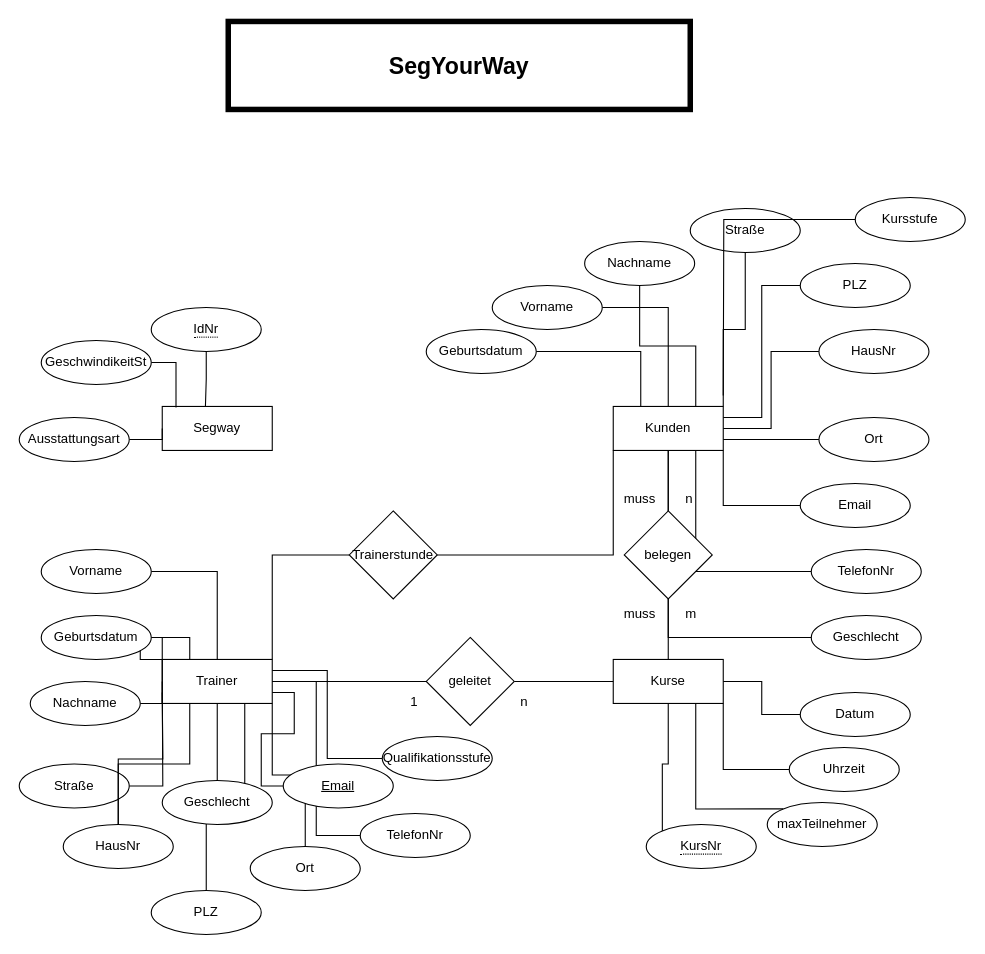
The draw.io diagram Q1INF01-ER-Diagramm-SegYourWay.drawio in jk10274/static, before the edit. Source tidied: cells renumbered, new cells numbered last; positions are measured from the earlier drawing's top-left corner, leaving out a move shared by most shapes. Both pictures are drawn from the tidied source at 110%, with x=0, y=0 at pixel (19, 21).
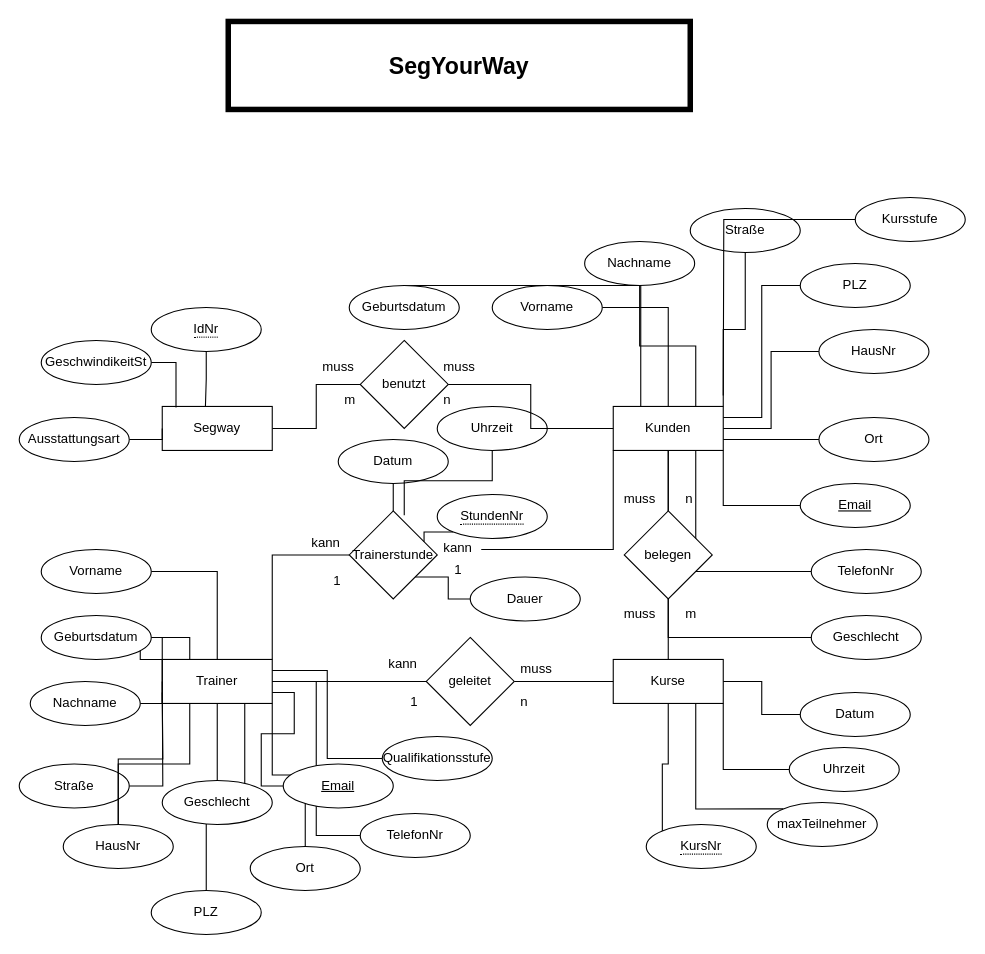
Above is the later version.

The change refers to these unchanged cells:
```xml
<mxCell id="6" value="Segway" style="whiteSpace=wrap;html=1;align=center;" parent="1" vertex="1">
  <mxGeometry x="130" y="350" width="100" height="40" as="geometry" />
</mxCell>
<mxCell id="8" value="Kunden" style="whiteSpace=wrap;html=1;align=center;" parent="1" vertex="1">
  <mxGeometry x="540" y="350" width="100" height="40" as="geometry" />
</mxCell>
<mxCell id="74" value="Trainerstunde" style="rhombus;whiteSpace=wrap;html=1;" parent="1" vertex="1">
  <mxGeometry x="300" y="445" width="80" height="80" as="geometry" />
</mxCell>
```

Change to the diagram source:
```diff
@@
+    <mxCell id="82" style="edgeStyle=orthogonalEdgeStyle;rounded=0;jettySize=auto;html=1;endArrow=none;endFill=0;" parent="1" edge="1" source="6" target="98">
+      <mxGeometry relative="1" as="geometry" />
+    </mxCell>
@@
     <mxCell id="23" style="edgeStyle=orthogonalEdgeStyle;rounded=0;jettySize=auto;html=1;entryX=0.25;entryY=0;entryDx=0;entryDy=0;endArrow=none;endFill=0;" parent="1" edge="1" source="24" target="8">
-      <mxGeometry relative="1" as="geometry" />
+      <mxGeometry relative="1" as="geometry">
+        <Array as="points">
+          <mxPoint x="565" y="240" />
+        </Array>
+      </mxGeometry>
     </mxCell>
     <mxCell id="24" value="Geburtsdatum" style="ellipse;whiteSpace=wrap;html=1;align=center;" parent="1" vertex="1">
-      <mxGeometry x="370" y="280" width="100" height="40" as="geometry" />
+      <mxGeometry x="300" y="240" width="100" height="40" as="geometry" />
     </mxCell>
@@
-    <mxCell id="30" value="Email" style="ellipse;whiteSpace=wrap;html=1;align=center;" parent="1" vertex="1">
+    <mxCell id="30" value="Email" style="ellipse;whiteSpace=wrap;html=1;align=center;fontStyle=4;" parent="1" vertex="1">
       <mxGeometry x="710" y="420" width="100" height="40" as="geometry" />
     </mxCell>
@@
-    <mxCell id="73" style="edgeStyle=orthogonalEdgeStyle;rounded=0;jettySize=auto;html=1;entryX=0;entryY=1;entryDx=0;entryDy=0;fontSize=21;endArrow=none;endFill=0;" parent="1" edge="1" source="74" target="8">
+    <mxCell id="73" style="edgeStyle=orthogonalEdgeStyle;rounded=0;jettySize=auto;html=1;entryX=0;entryY=1;entryDx=0;entryDy=0;fontSize=21;endArrow=none;endFill=0;startArrow=none;" parent="1" edge="1" source="96" target="8">
       <mxGeometry relative="1" as="geometry" />
     </mxCell>
@@
+    <mxCell id="83" style="edgeStyle=orthogonalEdgeStyle;rounded=0;jettySize=auto;html=1;endArrow=none;endFill=0;" parent="1" edge="1" source="84" target="74">
+      <mxGeometry relative="1" as="geometry" />
+    </mxCell>
+    <mxCell id="84" value="Datum" style="ellipse;whiteSpace=wrap;html=1;align=center;" parent="1" vertex="1">
+      <mxGeometry x="290" y="380" width="100" height="40" as="geometry" />
+    </mxCell>
+    <mxCell id="85" style="edgeStyle=orthogonalEdgeStyle;rounded=0;jettySize=auto;html=1;exitX=0.5;exitY=1;exitDx=0;exitDy=0;entryX=0.625;entryY=0.05;entryDx=0;entryDy=0;entryPerimeter=0;endArrow=none;endFill=0;" parent="1" edge="1" source="86" target="74">
+      <mxGeometry relative="1" as="geometry" />
+    </mxCell>
+    <mxCell id="86" value="Uhrzeit" style="ellipse;whiteSpace=wrap;html=1;align=center;" parent="1" vertex="1">
+      <mxGeometry x="380" y="350" width="100" height="40" as="geometry" />
+    </mxCell>
+    <mxCell id="87" style="edgeStyle=orthogonalEdgeStyle;rounded=0;jettySize=auto;html=1;exitX=0;exitY=0.5;exitDx=0;exitDy=0;entryX=1;entryY=1;entryDx=0;entryDy=0;endArrow=none;endFill=0;" parent="1" edge="1" source="88" target="74">
+      <mxGeometry relative="1" as="geometry" />
+    </mxCell>
+    <mxCell id="88" value="Dauer" style="ellipse;whiteSpace=wrap;html=1;align=center;" parent="1" vertex="1">
+      <mxGeometry x="410" y="505" width="100" height="40" as="geometry" />
+    </mxCell>
+    <mxCell id="89" style="edgeStyle=orthogonalEdgeStyle;rounded=0;jettySize=auto;html=1;exitX=0;exitY=1;exitDx=0;exitDy=0;entryX=0.85;entryY=0.35;entryDx=0;entryDy=0;entryPerimeter=0;endArrow=none;endFill=0;" parent="1" edge="1" source="90" target="74">
+      <mxGeometry relative="1" as="geometry" />
+    </mxCell>
+    <mxCell id="90" value="&lt;span style=&quot;border-bottom: 1px dotted&quot;&gt;StundenNr&lt;/span&gt;" style="ellipse;whiteSpace=wrap;html=1;align=center;" parent="1" vertex="1">
+      <mxGeometry x="380" y="430" width="100" height="40" as="geometry" />
+    </mxCell>
+    <mxCell id="91" value="1" style="text;strokeColor=none;fillColor=none;spacingLeft=4;spacingRight=4;overflow=hidden;fontSize=12;" parent="1" vertex="1">
+      <mxGeometry x="280" y="495" width="40" height="30" as="geometry" />
+    </mxCell>
+    <mxCell id="92" value="1" style="text;strokeColor=none;fillColor=none;spacingLeft=4;spacingRight=4;overflow=hidden;fontSize=12;" parent="1" vertex="1">
+      <mxGeometry x="390" y="485" width="40" height="30" as="geometry" />
+    </mxCell>
+    <mxCell id="93" value="muss" style="text;strokeColor=none;fillColor=none;spacingLeft=4;spacingRight=4;overflow=hidden;fontSize=12;" parent="1" vertex="1">
+      <mxGeometry x="450" y="575" width="40" height="30" as="geometry" />
+    </mxCell>
+    <mxCell id="94" value="kann" style="text;strokeColor=none;fillColor=none;spacingLeft=4;spacingRight=4;overflow=hidden;fontSize=12;" parent="1" vertex="1">
+      <mxGeometry x="330" y="570" width="40" height="30" as="geometry" />
+    </mxCell>
+    <mxCell id="95" value="kann" style="text;strokeColor=none;fillColor=none;spacingLeft=4;spacingRight=4;overflow=hidden;fontSize=12;" parent="1" vertex="1">
+      <mxGeometry x="260" y="460" width="40" height="30" as="geometry" />
+    </mxCell>
+    <mxCell id="96" value="kann" style="text;strokeColor=none;fillColor=none;spacingLeft=4;spacingRight=4;overflow=hidden;points=[[0,0.5],[1,0.5]];portConstraint=eastwest;fontSize=12;" parent="1" vertex="1">
+      <mxGeometry x="380" y="465" width="40" height="30" as="geometry" />
+    </mxCell>
+    <mxCell id="97" style="edgeStyle=orthogonalEdgeStyle;rounded=0;jettySize=auto;html=1;entryX=0;entryY=0.5;entryDx=0;entryDy=0;endArrow=none;endFill=0;" parent="1" edge="1" source="98" target="8">
+      <mxGeometry relative="1" as="geometry" />
+    </mxCell>
+    <mxCell id="98" value="benutzt" style="rhombus;whiteSpace=wrap;html=1;" parent="1" vertex="1">
+      <mxGeometry x="310" y="290" width="80" height="80" as="geometry" />
+    </mxCell>
+    <mxCell id="99" value="m" style="text;strokeColor=none;fillColor=none;spacingLeft=4;spacingRight=4;overflow=hidden;fontSize=12;" parent="1" vertex="1">
+      <mxGeometry x="290" y="330" width="40" height="30" as="geometry" />
+    </mxCell>
+    <mxCell id="100" value="n" style="text;strokeColor=none;fillColor=none;spacingLeft=4;spacingRight=4;overflow=hidden;fontSize=12;" parent="1" vertex="1">
+      <mxGeometry x="380" y="330" width="40" height="30" as="geometry" />
+    </mxCell>
+    <mxCell id="101" value="muss" style="text;strokeColor=none;fillColor=none;spacingLeft=4;spacingRight=4;overflow=hidden;fontSize=12;" parent="1" vertex="1">
+      <mxGeometry x="270" y="300" width="40" height="30" as="geometry" />
+    </mxCell>
+    <mxCell id="102" value="muss" style="text;strokeColor=none;fillColor=none;spacingLeft=4;spacingRight=4;overflow=hidden;fontSize=12;" parent="1" vertex="1">
+      <mxGeometry x="380" y="300" width="40" height="30" as="geometry" />
+    </mxCell>
```
